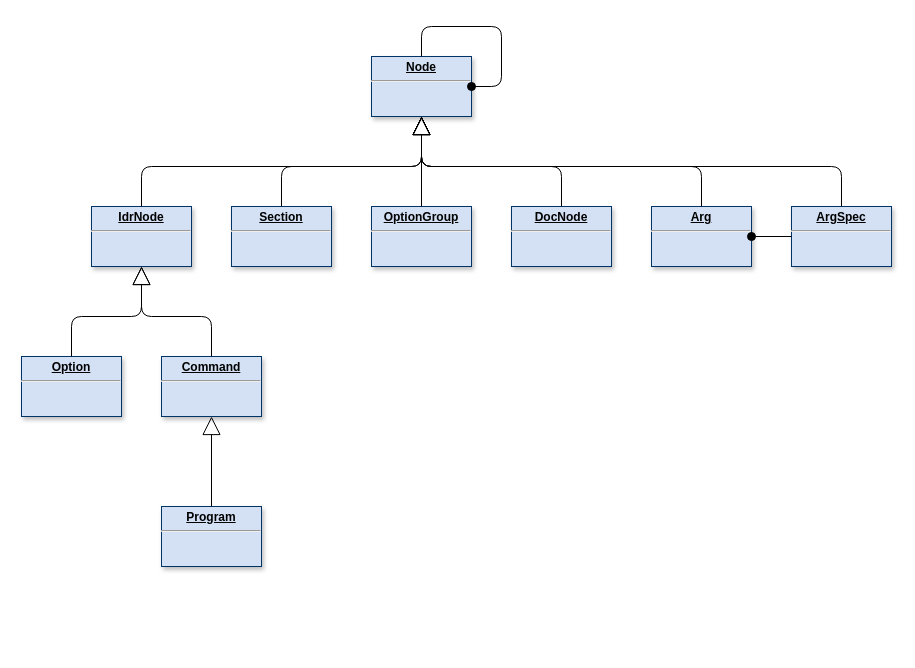
The draw.io diagram page "Idr" (1 of 3) of doc/diagram.drawio in clrgit/shellopts, before the edit. Source tidied: cells renumbered, new cells numbered last; positions are measured from the earlier drawing's top-left corner, leaving out a move shared by most shapes. Both pictures are drawn from the tidied source at 100%, with x=0, y=0 at pixel (21, 26).
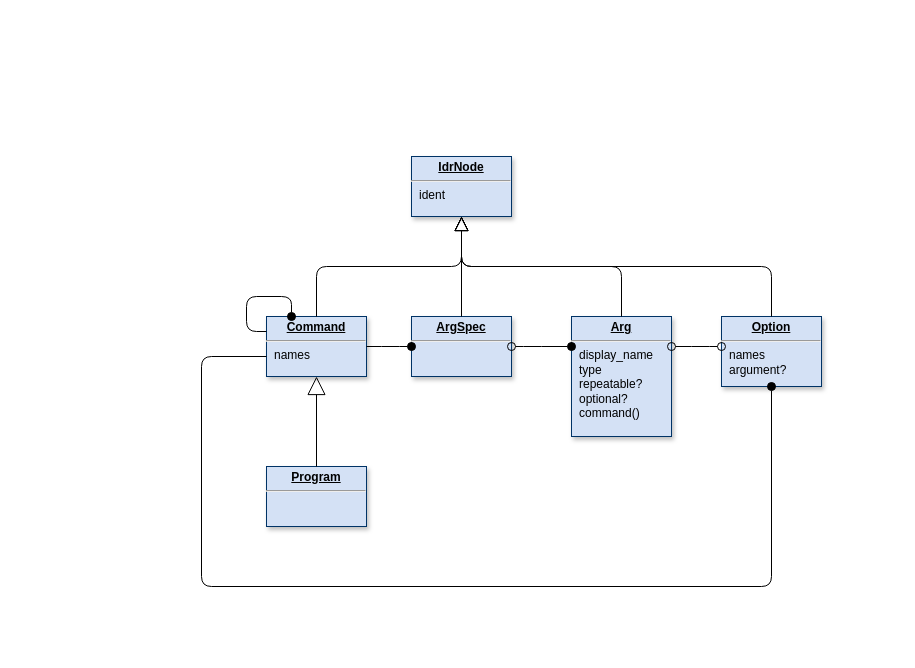
The same page after the edit.

What changed in the source:
```diff
@@
-    <mxCell id="2" value="&lt;p style=&quot;margin: 0px ; margin-top: 4px ; text-align: center ; text-decoration: underline&quot;&gt;&lt;b&gt;Node&lt;/b&gt;&lt;/p&gt;&lt;hr&gt;&lt;p style=&quot;margin: 0px ; margin-left: 8px&quot;&gt;&lt;br&gt;&lt;/p&gt;" style="verticalAlign=top;align=left;overflow=fill;fontSize=12;fontFamily=Helvetica;html=1;shadow=1;strokeColor=#003366;fillColor=#D4E1F5;" parent="1" vertex="1">
-      <mxGeometry x="350" y="30" width="100" height="60" as="geometry" />
+    <mxCell id="2" value="&lt;p style=&quot;margin: 0px ; margin-top: 4px ; text-align: center ; text-decoration: underline&quot;&gt;&lt;b&gt;IdrNode&lt;/b&gt;&lt;/p&gt;&lt;hr&gt;&lt;p style=&quot;margin: 0px ; margin-left: 8px&quot;&gt;ident&lt;/p&gt;" style="verticalAlign=top;align=left;overflow=fill;fontSize=12;fontFamily=Helvetica;html=1;shadow=1;strokeColor=#003366;fillColor=#D4E1F5;" parent="1" vertex="1">
+      <mxGeometry x="390" y="130" width="100" height="60" as="geometry" />
     </mxCell>
-    <mxCell id="3" value="&lt;p style=&quot;margin: 0px ; margin-top: 4px ; text-align: center ; text-decoration: underline&quot;&gt;&lt;b&gt;IdrNode&lt;/b&gt;&lt;/p&gt;&lt;hr&gt;&lt;p style=&quot;margin: 0px ; margin-left: 8px&quot;&gt;&lt;br&gt;&lt;/p&gt;" style="verticalAlign=top;align=left;overflow=fill;fontSize=12;fontFamily=Helvetica;html=1;shadow=1;strokeColor=#003366;fillColor=#D4E1F5;" parent="1" vertex="1">
-      <mxGeometry x="70" y="180" width="100" height="60" as="geometry" />
-    </mxCell>
-    <mxCell id="4" value="&lt;p style=&quot;margin: 0px ; margin-top: 4px ; text-align: center ; text-decoration: underline&quot;&gt;&lt;b&gt;Option&lt;/b&gt;&lt;/p&gt;&lt;hr&gt;&lt;p style=&quot;margin: 0px ; margin-left: 8px&quot;&gt;&lt;br&gt;&lt;/p&gt;" style="verticalAlign=top;align=left;overflow=fill;fontSize=12;fontFamily=Helvetica;html=1;shadow=1;strokeColor=#003366;fillColor=#D4E1F5;" parent="1" vertex="1">
-      <mxGeometry y="330" width="100" height="60" as="geometry" />
+    <mxCell id="4" value="&lt;p style=&quot;margin: 0px ; margin-top: 4px ; text-align: center ; text-decoration: underline&quot;&gt;&lt;b&gt;Option&lt;/b&gt;&lt;/p&gt;&lt;hr&gt;&lt;p style=&quot;margin: 0px ; margin-left: 8px&quot;&gt;&lt;span&gt;names&lt;/span&gt;&lt;br&gt;&lt;/p&gt;&lt;p style=&quot;margin: 0px ; margin-left: 8px&quot;&gt;&lt;span&gt;argument?&lt;/span&gt;&lt;/p&gt;" style="verticalAlign=top;align=left;overflow=fill;fontSize=12;fontFamily=Helvetica;html=1;shadow=1;strokeColor=#003366;fillColor=#D4E1F5;" parent="1" vertex="1">
+      <mxGeometry x="700" y="290" width="100" height="70" as="geometry" />
     </mxCell>
-    <mxCell id="5" value="&lt;p style=&quot;margin: 0px ; margin-top: 4px ; text-align: center ; text-decoration: underline&quot;&gt;&lt;b&gt;OptionGroup&lt;/b&gt;&lt;/p&gt;&lt;hr&gt;&lt;p style=&quot;margin: 0px ; margin-left: 8px&quot;&gt;&lt;br&gt;&lt;/p&gt;" style="verticalAlign=top;align=left;overflow=fill;fontSize=12;fontFamily=Helvetica;html=1;shadow=1;strokeColor=#003366;fillColor=#D4E1F5;" parent="1" vertex="1">
-      <mxGeometry x="350" y="180" width="100" height="60" as="geometry" />
-    </mxCell>
-    <mxCell id="6" value="&lt;p style=&quot;margin: 0px ; margin-top: 4px ; text-align: center ; text-decoration: underline&quot;&gt;&lt;b&gt;Command&lt;/b&gt;&lt;/p&gt;&lt;hr&gt;&lt;p style=&quot;margin: 0px ; margin-left: 8px&quot;&gt;&lt;br&gt;&lt;/p&gt;" style="verticalAlign=top;align=left;overflow=fill;fontSize=12;fontFamily=Helvetica;html=1;shadow=1;strokeColor=#003366;fillColor=#D4E1F5;" parent="1" vertex="1">
-      <mxGeometry x="140" y="330" width="100" height="60" as="geometry" />
+    <mxCell id="6" value="&lt;p style=&quot;margin: 0px ; margin-top: 4px ; text-align: center ; text-decoration: underline&quot;&gt;&lt;b&gt;Command&lt;/b&gt;&lt;/p&gt;&lt;hr&gt;&lt;p style=&quot;margin: 0px ; margin-left: 8px&quot;&gt;&lt;span&gt;names&lt;/span&gt;&lt;br&gt;&lt;/p&gt;" style="verticalAlign=top;align=left;overflow=fill;fontSize=12;fontFamily=Helvetica;html=1;shadow=1;strokeColor=#003366;fillColor=#D4E1F5;" parent="1" vertex="1">
+      <mxGeometry x="245" y="290" width="100" height="60" as="geometry" />
     </mxCell>
     <mxCell id="7" value="&lt;p style=&quot;margin: 0px ; margin-top: 4px ; text-align: center ; text-decoration: underline&quot;&gt;&lt;b&gt;Program&lt;/b&gt;&lt;/p&gt;&lt;hr&gt;&lt;p style=&quot;margin: 0px ; margin-left: 8px&quot;&gt;&lt;br&gt;&lt;/p&gt;" style="verticalAlign=top;align=left;overflow=fill;fontSize=12;fontFamily=Helvetica;html=1;shadow=1;strokeColor=#003366;fillColor=#D4E1F5;" parent="1" vertex="1">
-      <mxGeometry x="140" y="480" width="100" height="60" as="geometry" />
+      <mxGeometry x="245" y="440" width="100" height="60" as="geometry" />
     </mxCell>
-    <mxCell id="8" value="&lt;p style=&quot;margin: 0px ; margin-top: 4px ; text-align: center ; text-decoration: underline&quot;&gt;&lt;b&gt;Arg&lt;/b&gt;&lt;/p&gt;&lt;hr&gt;&lt;p style=&quot;margin: 0px ; margin-left: 8px&quot;&gt;&lt;br&gt;&lt;/p&gt;" style="verticalAlign=top;align=left;overflow=fill;fontSize=12;fontFamily=Helvetica;html=1;shadow=1;strokeColor=#003366;fillColor=#D4E1F5;" parent="1" vertex="1">
-      <mxGeometry x="630" y="180" width="100" height="60" as="geometry" />
+    <mxCell id="8" value="&lt;p style=&quot;margin: 0px ; margin-top: 4px ; text-align: center ; text-decoration: underline&quot;&gt;&lt;b&gt;Arg&lt;/b&gt;&lt;/p&gt;&lt;hr&gt;&lt;p style=&quot;margin: 0px 0px 0px 8px&quot;&gt;&lt;span&gt;display_name&lt;/span&gt;&lt;br&gt;&lt;/p&gt;&lt;p style=&quot;margin: 0px ; margin-left: 8px&quot;&gt;&lt;span&gt;type&lt;/span&gt;&lt;br&gt;&lt;/p&gt;&lt;p style=&quot;margin: 0px ; margin-left: 8px&quot;&gt;&lt;span&gt;repeatable?&lt;/span&gt;&lt;br&gt;&lt;/p&gt;&lt;p style=&quot;margin: 0px ; margin-left: 8px&quot;&gt;optional?&lt;/p&gt;&lt;p style=&quot;margin: 0px ; margin-left: 8px&quot;&gt;command()&lt;/p&gt;" style="verticalAlign=top;align=left;overflow=fill;fontSize=12;fontFamily=Helvetica;html=1;shadow=1;strokeColor=#003366;fillColor=#D4E1F5;" parent="1" vertex="1">
+      <mxGeometry x="550" y="290" width="100" height="120" as="geometry" />
     </mxCell>
-    <mxCell id="9" value="&lt;p style=&quot;margin: 0px ; margin-top: 4px ; text-align: center ; text-decoration: underline&quot;&gt;&lt;b&gt;DocNode&lt;/b&gt;&lt;/p&gt;&lt;hr&gt;&lt;p style=&quot;margin: 0px ; margin-left: 8px&quot;&gt;&lt;br&gt;&lt;/p&gt;" style="verticalAlign=top;align=left;overflow=fill;fontSize=12;fontFamily=Helvetica;html=1;shadow=1;strokeColor=#003366;fillColor=#D4E1F5;" parent="1" vertex="1">
-      <mxGeometry x="490" y="180" width="100" height="60" as="geometry" />
-    </mxCell>
-    <mxCell id="10" value="&lt;p style=&quot;margin: 0px ; margin-top: 4px ; text-align: center ; text-decoration: underline&quot;&gt;&lt;b&gt;Section&lt;/b&gt;&lt;/p&gt;&lt;hr&gt;&lt;p style=&quot;margin: 0px ; margin-left: 8px&quot;&gt;&lt;br&gt;&lt;/p&gt;" style="verticalAlign=top;align=left;overflow=fill;fontSize=12;fontFamily=Helvetica;html=1;shadow=1;strokeColor=#003366;fillColor=#D4E1F5;" parent="1" vertex="1">
-      <mxGeometry x="210" y="180" width="100" height="60" as="geometry" />
-    </mxCell>
-    <mxCell id="11" style="endArrow=block;endSize=16;endFill=0;html=1;edgeStyle=orthogonalEdgeStyle;" parent="1" edge="1" source="3" target="2">
-      <mxGeometry relative="1" as="geometry">
-        <Array as="points">
-          <mxPoint x="120" y="140" />
-          <mxPoint x="400" y="140" />
-        </Array>
-      </mxGeometry>
-    </mxCell>
-    <mxCell id="12" style="text;strokeColor=none;fillColor=none;align=left;verticalAlign=middle;spacingTop=-1;spacingLeft=4;spacingRight=4;labelPosition=right;" parent="1" vertex="1">
-      <mxGeometry x="70" y="610" width="20" height="14" as="geometry" />
-    </mxCell>
-    <mxCell id="13" style="endArrow=block;endSize=16;endFill=0;html=1;edgeStyle=orthogonalEdgeStyle;" parent="1" edge="1" source="10" target="2">
-      <mxGeometry relative="1" as="geometry">
-        <Array as="points">
-          <mxPoint x="260" y="140" />
-          <mxPoint x="400" y="140" />
-        </Array>
-      </mxGeometry>
-    </mxCell>
-    <mxCell id="14" style="endArrow=block;endSize=16;endFill=0;html=1;edgeStyle=orthogonalEdgeStyle;" parent="1" edge="1" source="5" target="2">
-      <mxGeometry relative="1" as="geometry">
-        <Array as="points">
-          <mxPoint x="400" y="120" />
-          <mxPoint x="400" y="120" />
-        </Array>
-      </mxGeometry>
-    </mxCell>
-    <mxCell id="15" style="endArrow=block;endSize=16;endFill=0;html=1;edgeStyle=orthogonalEdgeStyle;" parent="1" edge="1" source="8" target="2">
-      <mxGeometry relative="1" as="geometry">
-        <Array as="points">
-          <mxPoint x="680" y="140" />
-          <mxPoint x="400" y="140" />
-        </Array>
-      </mxGeometry>
-    </mxCell>
-    <mxCell id="16" style="endArrow=block;endSize=16;endFill=0;html=1;edgeStyle=orthogonalEdgeStyle;" parent="1" edge="1" source="9" target="2">
-      <mxGeometry relative="1" as="geometry">
-        <Array as="points">
-          <mxPoint x="540" y="140" />
-          <mxPoint x="400" y="140" />
-        </Array>
-      </mxGeometry>
-    </mxCell>
-    <mxCell id="17" style="endArrow=block;endSize=16;endFill=0;html=1;edgeStyle=orthogonalEdgeStyle;exitX=0.5;exitY=0;exitDx=0;exitDy=0;" parent="1" edge="1" source="4">
-      <mxGeometry relative="1" as="geometry">
-        <mxPoint x="120" y="240" as="targetPoint" />
-        <Array as="points">
-          <mxPoint x="50" y="290" />
-          <mxPoint x="120" y="290" />
-        </Array>
-      </mxGeometry>
-    </mxCell>
-    <mxCell id="18" style="endArrow=block;endSize=16;endFill=0;html=1;edgeStyle=orthogonalEdgeStyle;" parent="1" edge="1" source="6">
-      <mxGeometry relative="1" as="geometry">
-        <mxPoint x="120" y="240" as="targetPoint" />
-        <Array as="points">
-          <mxPoint x="190" y="290" />
-          <mxPoint x="120" y="290" />
-        </Array>
-      </mxGeometry>
-    </mxCell>
-    <mxCell id="19" style="endArrow=block;endSize=16;endFill=0;html=1;edgeStyle=orthogonalEdgeStyle;" parent="1" edge="1" source="7" target="6">
-      <mxGeometry relative="1" as="geometry" />
-    </mxCell>
-    <mxCell id="20" style="endArrow=oval;endSize=8;startArrow=none;startSize=8;startFill=0;edgeStyle=orthogonalEdgeStyle;html=1;endFill=1;" parent="1" edge="1" source="2" target="2">
-      <mxGeometry x="1480" y="275" as="geometry">
-        <Array as="points">
-          <mxPoint x="400" />
-          <mxPoint x="480" />
-          <mxPoint x="480" y="60" />
-        </Array>
-      </mxGeometry>
-    </mxCell>
-    <mxCell id="21" style="align=left;verticalAlign=top;labelBackgroundColor=#ffffff;fontSize=10;strokeColor=#003366;shadow=1;fillColor=#D4E1F5;fontColor=#003366;html=1;" parent="20" vertex="1">
-      <mxGeometry x="-1" relative="1" as="geometry">
-        <mxPoint x="10" as="offset" />
-      </mxGeometry>
-    </mxCell>
-    <mxCell id="22" style="align=right;verticalAlign=top;labelBackgroundColor=#ffffff;fontSize=10;strokeColor=#003366;shadow=1;fillColor=#D4E1F5;fontColor=#003366;html=1;" parent="20" vertex="1">
-      <mxGeometry x="1" relative="1" as="geometry">
-        <mxPoint x="20" y="-25" as="offset" />
-      </mxGeometry>
-    </mxCell>
     <mxCell id="23" value="&lt;p style=&quot;margin: 0px ; margin-top: 4px ; text-align: center ; text-decoration: underline&quot;&gt;&lt;b&gt;ArgSpec&lt;/b&gt;&lt;/p&gt;&lt;hr&gt;&lt;p style=&quot;margin: 0px ; margin-left: 8px&quot;&gt;&lt;br&gt;&lt;/p&gt;" style="verticalAlign=top;align=left;overflow=fill;fontSize=12;fontFamily=Helvetica;html=1;shadow=1;strokeColor=#003366;fillColor=#D4E1F5;" parent="1" vertex="1">
-      <mxGeometry x="770" y="180" width="100" height="60" as="geometry" />
+      <mxGeometry x="390" y="290" width="100" height="60" as="geometry" />
     </mxCell>
-    <mxCell id="24" style="endArrow=block;endSize=16;endFill=0;html=1;edgeStyle=orthogonalEdgeStyle;" parent="1" edge="1" source="23" target="2">
-      <mxGeometry relative="1" as="geometry">
-        <Array as="points">
-          <mxPoint x="820" y="140" />
-          <mxPoint x="400" y="140" />
-        </Array>
-      </mxGeometry>
-    </mxCell>
-    <mxCell id="25" style="endArrow=oval;endSize=8;startArrow=none;startSize=8;startFill=0;edgeStyle=orthogonalEdgeStyle;html=1;endFill=1;" parent="1" edge="1" source="23" target="8">
-      <mxGeometry x="1710" y="755" as="geometry" />
+    <mxCell id="25" style="endArrow=oval;endSize=8;startArrow=oval;startSize=8;startFill=0;edgeStyle=orthogonalEdgeStyle;html=1;endFill=1;" parent="1" edge="1" source="23" target="8">
+      <mxGeometry x="1479.5" y="865" as="geometry">
+        <Array as="points">
+          <mxPoint x="510" y="320" />
+          <mxPoint x="510" y="320" />
+        </Array>
+      </mxGeometry>
     </mxCell>
@@
+    <mxCell id="28" style="endArrow=oval;endSize=8;startArrow=none;startSize=8;startFill=0;edgeStyle=orthogonalEdgeStyle;html=1;endFill=1;" parent="1" edge="1" source="6" target="23">
+      <mxGeometry x="1275" y="745" as="geometry">
+        <Array as="points">
+          <mxPoint x="370" y="320" />
+          <mxPoint x="370" y="320" />
+        </Array>
+      </mxGeometry>
+    </mxCell>
+    <mxCell id="29" style="align=left;verticalAlign=top;labelBackgroundColor=#ffffff;fontSize=10;strokeColor=#003366;shadow=1;fillColor=#D4E1F5;fontColor=#003366;html=1;" parent="28" vertex="1">
+      <mxGeometry x="-1" relative="1" as="geometry">
+        <mxPoint x="10" as="offset" />
+      </mxGeometry>
+    </mxCell>
+    <mxCell id="30" style="align=right;verticalAlign=top;labelBackgroundColor=#ffffff;fontSize=10;strokeColor=#003366;shadow=1;fillColor=#D4E1F5;fontColor=#003366;html=1;" parent="28" vertex="1">
+      <mxGeometry x="1" relative="1" as="geometry">
+        <mxPoint x="20" y="-25" as="offset" />
+      </mxGeometry>
+    </mxCell>
+    <mxCell id="19" style="endArrow=block;endSize=16;endFill=0;html=1;edgeStyle=orthogonalEdgeStyle;" parent="1" edge="1" source="7" target="6">
+      <mxGeometry relative="1" as="geometry" />
+    </mxCell>
+    <mxCell id="31" style="endArrow=oval;endSize=8;startArrow=none;startSize=8;startFill=0;edgeStyle=orthogonalEdgeStyle;html=1;endFill=1;exitX=0;exitY=0.25;exitDx=0;exitDy=0;entryX=0.25;entryY=0;entryDx=0;entryDy=0;" parent="1" edge="1" source="6" target="6">
+      <mxGeometry x="1095" y="405" as="geometry">
+        <Array as="points">
+          <mxPoint x="225" y="305" />
+          <mxPoint x="225" y="270" />
+          <mxPoint x="270" y="270" />
+        </Array>
+      </mxGeometry>
+    </mxCell>
+    <mxCell id="32" style="align=left;verticalAlign=top;labelBackgroundColor=#ffffff;fontSize=10;strokeColor=#003366;shadow=1;fillColor=#D4E1F5;fontColor=#003366;html=1;" parent="31" vertex="1">
+      <mxGeometry x="-1" relative="1" as="geometry">
+        <mxPoint x="10" as="offset" />
+      </mxGeometry>
+    </mxCell>
+    <mxCell id="33" style="align=right;verticalAlign=top;labelBackgroundColor=#ffffff;fontSize=10;strokeColor=#003366;shadow=1;fillColor=#D4E1F5;fontColor=#003366;html=1;" parent="31" vertex="1">
+      <mxGeometry x="1" relative="1" as="geometry">
+        <mxPoint x="20" y="-25" as="offset" />
+      </mxGeometry>
+    </mxCell>
+    <mxCell id="34" style="endArrow=oval;endSize=8;startArrow=none;startSize=8;startFill=0;edgeStyle=orthogonalEdgeStyle;html=1;endFill=1;" parent="1" edge="1" source="6" target="4">
+      <mxGeometry x="1450" y="815" as="geometry">
+        <Array as="points">
+          <mxPoint x="180" y="330" />
+          <mxPoint x="180" y="560" />
+          <mxPoint x="750" y="560" />
+        </Array>
+      </mxGeometry>
+    </mxCell>
+    <mxCell id="35" style="align=left;verticalAlign=top;labelBackgroundColor=#ffffff;fontSize=10;strokeColor=#003366;shadow=1;fillColor=#D4E1F5;fontColor=#003366;html=1;" parent="34" vertex="1">
+      <mxGeometry x="-1" relative="1" as="geometry">
+        <mxPoint x="10" as="offset" />
+      </mxGeometry>
+    </mxCell>
+    <mxCell id="36" style="align=right;verticalAlign=top;labelBackgroundColor=#ffffff;fontSize=10;strokeColor=#003366;shadow=1;fillColor=#D4E1F5;fontColor=#003366;html=1;" parent="34" vertex="1">
+      <mxGeometry x="1" relative="1" as="geometry">
+        <mxPoint x="20" y="-25" as="offset" />
+      </mxGeometry>
+    </mxCell>
+    <mxCell id="37" style="endArrow=block;endFill=0;endSize=12;html=1;edgeStyle=orthogonalEdgeStyle;labelBackgroundColor=#FFFFFF;" parent="1" edge="1" source="4" target="2">
+      <mxGeometry relative="1" as="geometry">
+        <Array as="points">
+          <mxPoint x="750" y="240" />
+          <mxPoint x="440" y="240" />
+        </Array>
+      </mxGeometry>
+    </mxCell>
+    <mxCell id="38" style="endArrow=block;endFill=0;endSize=12;html=1;edgeStyle=orthogonalEdgeStyle;labelBackgroundColor=#FFFFFF;" parent="1" edge="1" source="6" target="2">
+      <mxGeometry relative="1" as="geometry">
+        <Array as="points">
+          <mxPoint x="295" y="240" />
+          <mxPoint x="440" y="240" />
+        </Array>
+      </mxGeometry>
+    </mxCell>
+    <mxCell id="24" style="endArrow=block;endFill=0;endSize=12;html=1;edgeStyle=orthogonalEdgeStyle;labelBackgroundColor=#FFFFFF;" parent="1" edge="1" source="23" target="2">
+      <mxGeometry relative="1" as="geometry" />
+    </mxCell>
+    <mxCell id="15" style="endArrow=block;endFill=0;endSize=12;html=1;edgeStyle=orthogonalEdgeStyle;labelBackgroundColor=#FFFFFF;" parent="1" edge="1" source="8" target="2">
+      <mxGeometry relative="1" as="geometry">
+        <Array as="points">
+          <mxPoint x="600" y="240" />
+          <mxPoint x="440" y="240" />
+        </Array>
+      </mxGeometry>
+    </mxCell>
+    <mxCell id="39" style="endArrow=oval;endSize=8;startArrow=oval;startSize=8;startFill=0;edgeStyle=orthogonalEdgeStyle;html=1;endFill=0;labelBackgroundColor=#FFFFFF;" parent="1" edge="1" source="8" target="4">
+      <mxGeometry x="1680" y="435" as="geometry">
+        <Array as="points">
+          <mxPoint x="680" y="320" />
+          <mxPoint x="680" y="320" />
+        </Array>
+      </mxGeometry>
+    </mxCell>
+    <mxCell id="40" style="align=left;verticalAlign=top;labelBackgroundColor=#ffffff;fontSize=10;strokeColor=#003366;shadow=1;fillColor=#D4E1F5;fontColor=#003366;html=1;" parent="39" vertex="1">
+      <mxGeometry x="-1" relative="1" as="geometry">
+        <mxPoint x="10" as="offset" />
+      </mxGeometry>
+    </mxCell>
+    <mxCell id="41" style="align=right;verticalAlign=top;labelBackgroundColor=#ffffff;fontSize=10;strokeColor=#003366;shadow=1;fillColor=#D4E1F5;fontColor=#003366;html=1;" parent="39" vertex="1">
+      <mxGeometry x="1" relative="1" as="geometry">
+        <mxPoint x="20" y="-25" as="offset" />
+      </mxGeometry>
+    </mxCell>
```
